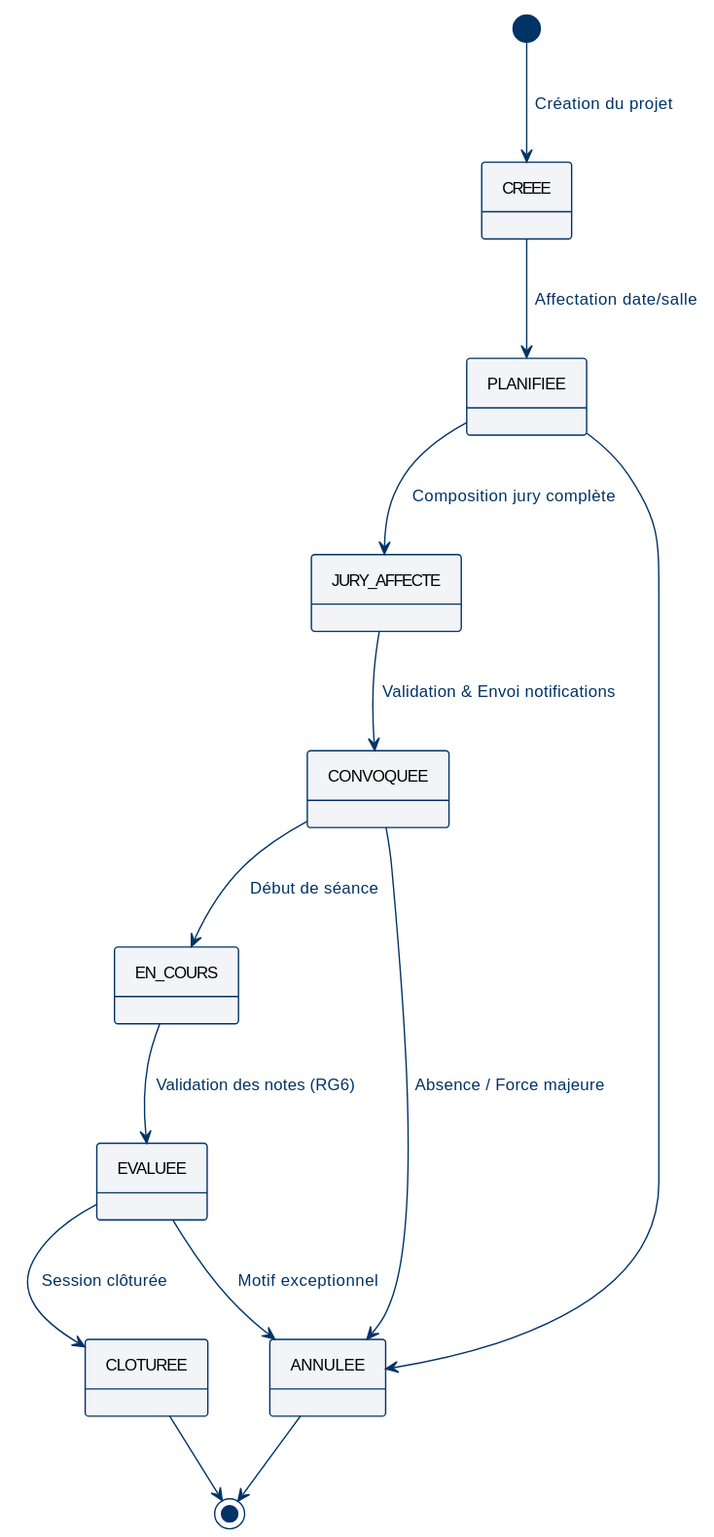
This is diagrams/svg/state_soutenance.svg from abdelaziz-ebourki/system-gestion-soutenance, a PlantUML export, as it was before one commit.
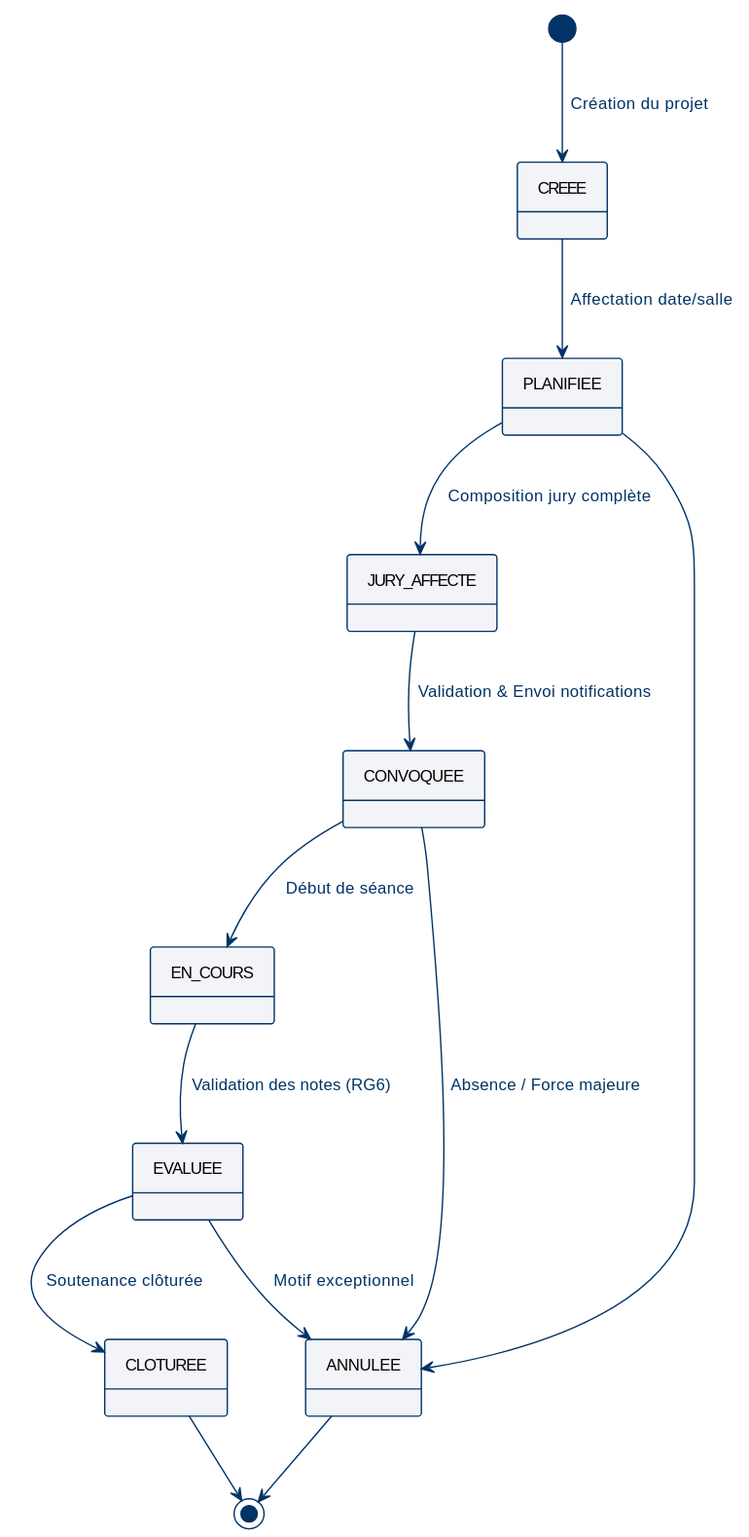
After the commit.

The edit, as a diff of the source:
```diff
@@ -10,7 +10,7 @@
 CONVOQUEE --> EN_COURS : Début de séance
 EN_COURS --> EVALUEE : Validation des notes (RG6)
 
-EVALUEE --> CLOTUREE : Session clôturée
+EVALUEE --> CLOTUREE : Soutenance clôturée
 EVALUEE --> ANNULEE : Motif exceptionnel
 
 CONVOQUEE --> ANNULEE : Absence / Force majeure
```
